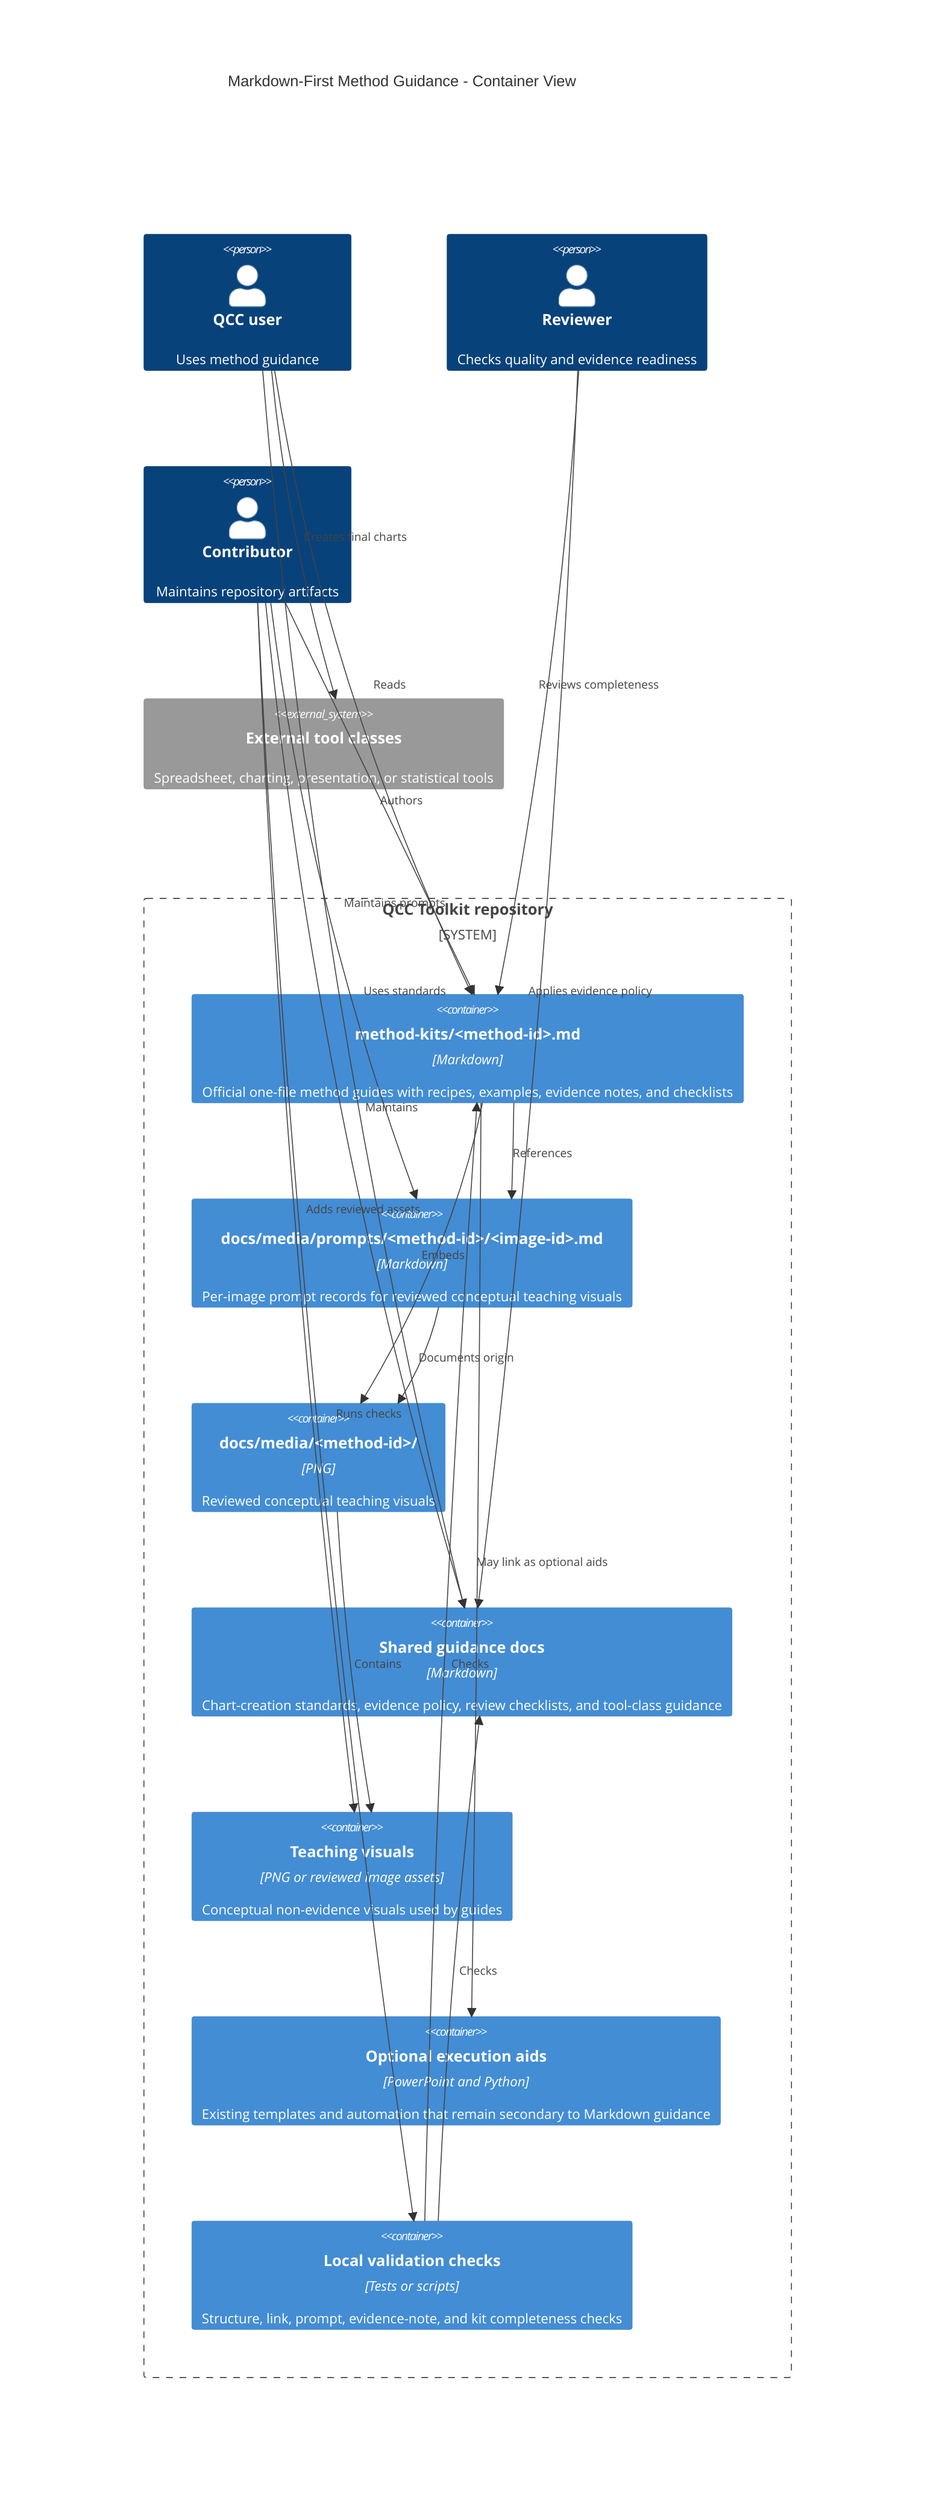
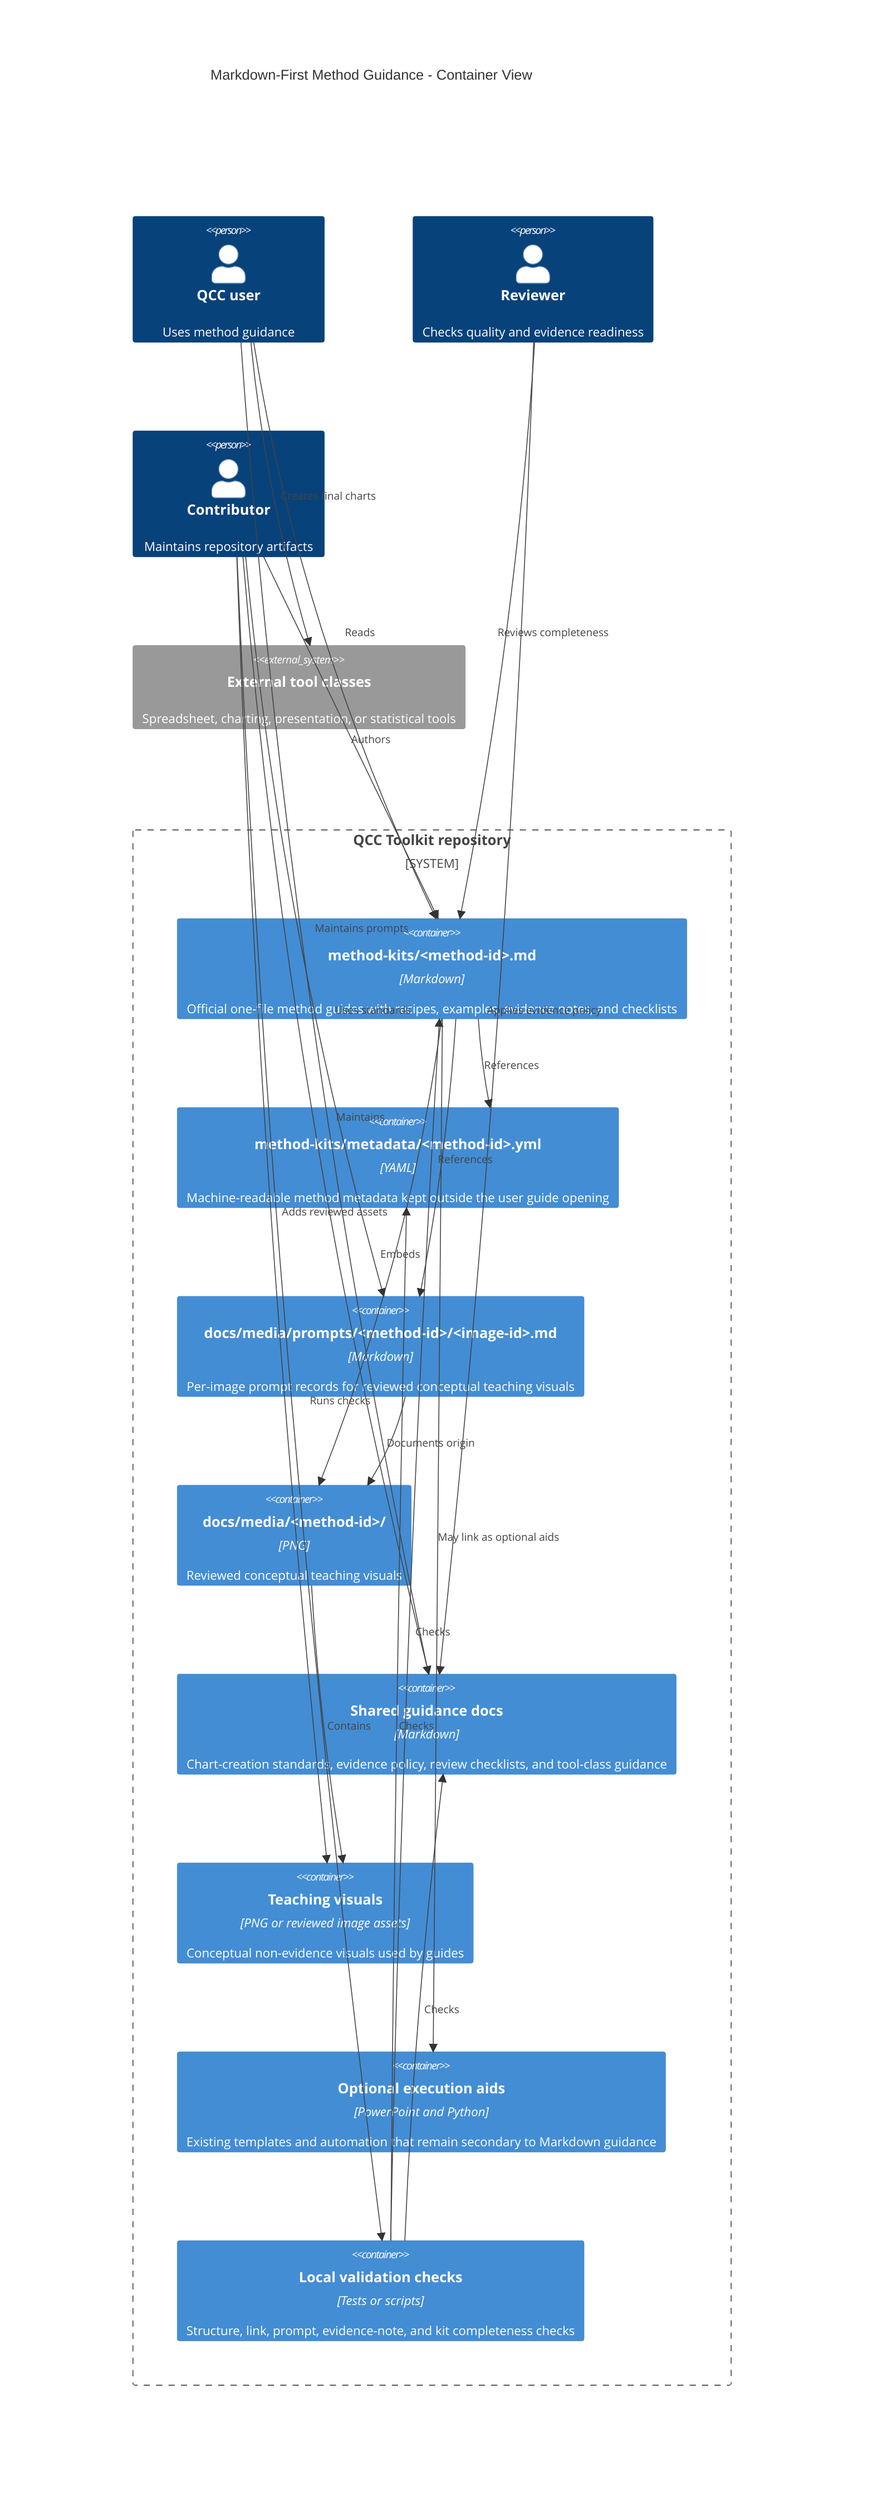
C4Container
  title Markdown-First Method Guidance - Container View

  Person(user, "QCC user", "Uses method guidance")
  Person(reviewer, "Reviewer", "Checks quality and evidence readiness")
  Person(contributor, "Contributor", "Maintains repository artifacts")

  System_Boundary(repo, "QCC Toolkit repository") {
    Container(method_kits, "method-kits/<method-id>.md", "Markdown", "Official one-file method guides with recipes, examples, evidence notes, and checklists")
+     Container(method_metadata, "method-kits/metadata/<method-id>.yml", "YAML", "Machine-readable method metadata kept outside the user guide opening")
    Container(prompt_records, "docs/media/prompts/<method-id>/<image-id>.md", "Markdown", "Per-image prompt records for reviewed conceptual teaching visuals")
    Container(method_media, "docs/media/<method-id>/", "PNG", "Reviewed conceptual teaching visuals")
    Container(shared_guidance, "Shared guidance docs", "Markdown", "Chart-creation standards, evidence policy, review checklists, and tool-class guidance")
    Container(teaching_assets, "Teaching visuals", "PNG or reviewed image assets", "Conceptual non-evidence visuals used by guides")
    Container(optional_aids, "Optional execution aids", "PowerPoint and Python", "Existing templates and automation that remain secondary to Markdown guidance")
    Container(validation, "Local validation checks", "Tests or scripts", "Structure, link, prompt, evidence-note, and kit completeness checks")
  }

  System_Ext(tool, "External tool classes", "Spreadsheet, charting, presentation, or statistical tools")

  Rel(contributor, method_kits, "Authors")
  Rel(contributor, shared_guidance, "Maintains")
  Rel(contributor, prompt_records, "Maintains prompts")
  Rel(contributor, teaching_assets, "Adds reviewed assets")
  Rel(contributor, validation, "Runs checks")
  Rel(user, method_kits, "Reads")
  Rel(user, shared_guidance, "Uses standards")
  Rel(user, tool, "Creates final charts")
  Rel(reviewer, method_kits, "Reviews completeness")
  Rel(reviewer, shared_guidance, "Applies evidence policy")
  Rel(method_kits, prompt_records, "References")
+   Rel(method_kits, method_metadata, "References")
  Rel(method_kits, method_media, "Embeds")
+   Rel(validation, method_metadata, "Checks")
  Rel(prompt_records, method_media, "Documents origin")
  Rel(method_media, teaching_assets, "Contains")
  Rel(method_kits, optional_aids, "May link as optional aids")
  Rel(validation, method_kits, "Checks")
  Rel(validation, shared_guidance, "Checks")
